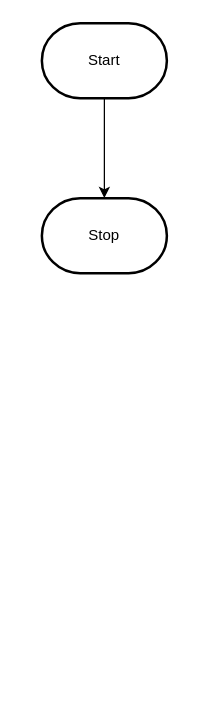
Above: design/flowchart.drawio in MTHS-ICD2O-1-2023/ICD2O-Unit-6-04-Adam-Batiuk (draw.io), before the change. Source tidied: cells renumbered, new cells numbered last; positions are measured from the earlier drawing's top-left corner, leaving out a move shared by most shapes. Both pictures are drawn from the tidied source at 125%, with x=0, y=0 at pixel (41, 22).
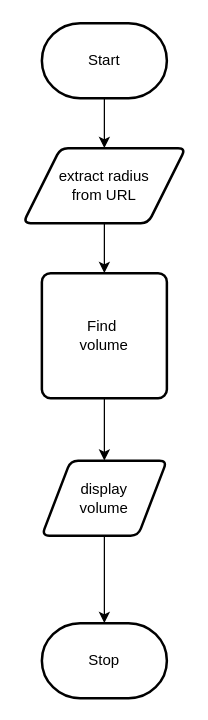
After the change.

Diff of the diagram source:
```diff
@@
 <mxGraphModel>
   <root>
     <mxCell id="0" />
     <mxCell id="1" parent="0" />
-    <mxCell id="2" style="edgeStyle=orthogonalEdgeStyle;html=1;rounded=0;" parent="1" edge="1" source="3" target="4">
-      <mxGeometry relative="1" as="geometry" />
-    </mxCell>
+    <mxCell id="5" style="edgeStyle=none;html=1;entryX=0.5;entryY=0;entryDx=0;entryDy=0;" parent="1" edge="1" source="3" target="2">
+      <mxGeometry relative="1" as="geometry" />
+    </mxCell>
     <mxCell id="3" value="Start" style="strokeWidth=2;html=1;shape=mxgraph.flowchart.terminator;whiteSpace=wrap;" parent="1" vertex="1">
       <mxGeometry width="100" height="60" as="geometry" />
     </mxCell>
     <mxCell id="4" value="Stop" style="strokeWidth=2;html=1;shape=mxgraph.flowchart.terminator;whiteSpace=wrap;" parent="1" vertex="1">
-      <mxGeometry y="140" width="100" height="60" as="geometry" />
+      <mxGeometry y="480" width="100" height="60" as="geometry" />
     </mxCell>
+    <mxCell id="6" style="edgeStyle=none;html=1;" parent="1" edge="1" source="2" target="8">
+      <mxGeometry relative="1" as="geometry" />
+    </mxCell>
+    <mxCell id="2" value="extract radius&lt;br&gt;from URL" style="shape=parallelogram;html=1;strokeWidth=2;perimeter=parallelogramPerimeter;whiteSpace=wrap;rounded=1;arcSize=12;size=0.23;" parent="1" vertex="1">
+      <mxGeometry x="-15" y="100" width="130" height="60" as="geometry" />
+    </mxCell>
+    <mxCell id="7" style="edgeStyle=none;html=1;" parent="1" edge="1" source="8" target="10">
+      <mxGeometry relative="1" as="geometry" />
+    </mxCell>
+    <mxCell id="8" value="Find&amp;nbsp;&lt;br&gt;volume" style="rounded=1;whiteSpace=wrap;html=1;absoluteArcSize=1;arcSize=14;strokeWidth=2;" parent="1" vertex="1">
+      <mxGeometry y="200" width="100" height="100" as="geometry" />
+    </mxCell>
+    <mxCell id="9" style="edgeStyle=none;html=1;" parent="1" edge="1" source="10" target="4">
+      <mxGeometry relative="1" as="geometry" />
+    </mxCell>
+    <mxCell id="10" value="display&lt;br&gt;volume" style="shape=parallelogram;html=1;strokeWidth=2;perimeter=parallelogramPerimeter;whiteSpace=wrap;rounded=1;arcSize=12;size=0.23;" parent="1" vertex="1">
+      <mxGeometry y="350" width="100" height="60" as="geometry" />
+    </mxCell>
   </root>
 </mxGraphModel>
```
